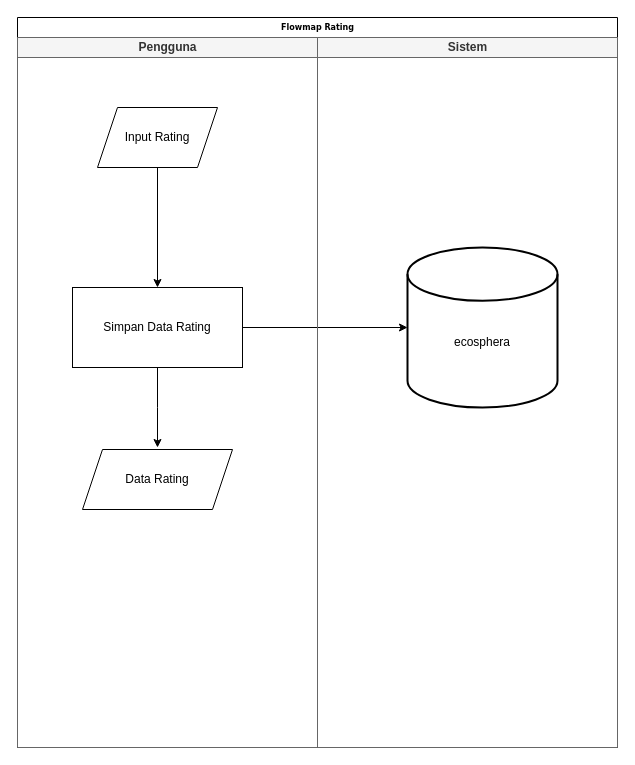
Earlier version of the draw.io diagram flowmap/flowmap_rating.drawio (Ainzu-kun/EcoSphera). Source tidied: cells renumbered, new cells numbered last; positions are measured from the earlier drawing's top-left corner, leaving out a move shared by most shapes. Both pictures are drawn from the tidied source at 100%, with x=0, y=0 at pixel (17, 17).
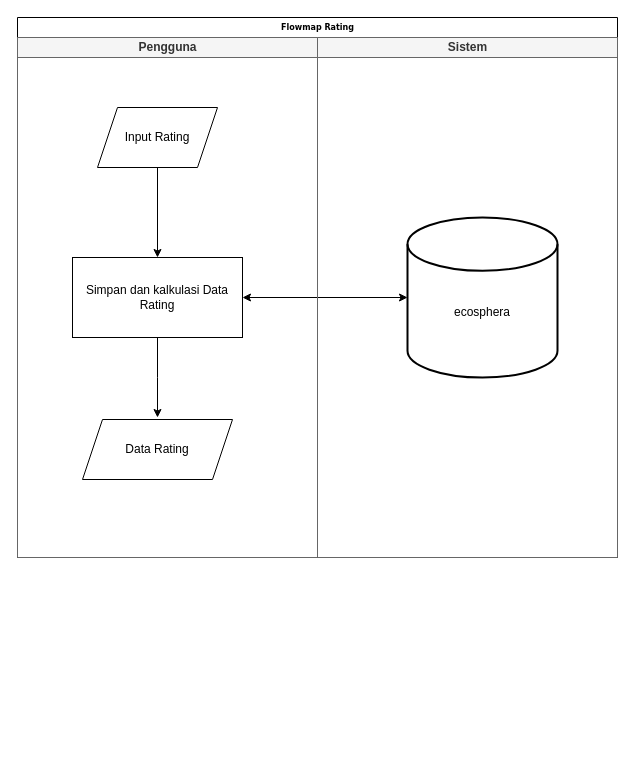
After the change.

Change to the diagram source:
```diff
@@
 <mxGraphModel>
   <root>
     <mxCell id="0" />
     <mxCell id="1" parent="0" />
     <mxCell id="2" value="Flowmap Rating" style="swimlane;html=1;startSize=20;rounded=0;shadow=0;labelBackgroundColor=none;strokeWidth=1;fontFamily=Verdana;fontSize=8;align=center;" parent="1" vertex="1">
-      <mxGeometry width="600" height="730" as="geometry" />
+      <mxGeometry width="600" height="540" as="geometry" />
     </mxCell>
     <mxCell id="3" value="Pengguna" style="swimlane;html=1;startSize=20;fillColor=#f5f5f5;fontColor=#333333;strokeColor=#666666;" parent="2" vertex="1">
-      <mxGeometry y="20" width="300" height="710" as="geometry" />
+      <mxGeometry y="20" width="300" height="520" as="geometry" />
     </mxCell>
     <mxCell id="4" value="Input Rating" style="shape=parallelogram;perimeter=parallelogramPerimeter;whiteSpace=wrap;html=1;fixedSize=1;" parent="3" vertex="1">
       <mxGeometry x="80" y="70" width="120" height="60" as="geometry" />
     </mxCell>
     <mxCell id="5" style="edgeStyle=orthogonalEdgeStyle;rounded=0;jettySize=auto;html=1;" parent="3" edge="1" source="6">
       <mxGeometry relative="1" as="geometry">
-        <mxPoint x="140" y="410" as="targetPoint" />
+        <mxPoint x="140" y="380" as="targetPoint" />
       </mxGeometry>
     </mxCell>
-    <mxCell id="6" value="Simpan Data Rating" style="rounded=0;whiteSpace=wrap;html=1;" parent="3" vertex="1">
-      <mxGeometry x="55" y="250" width="170" height="80" as="geometry" />
+    <mxCell id="6" value="Simpan dan kalkulasi Data Rating" style="rounded=0;whiteSpace=wrap;html=1;" parent="3" vertex="1">
+      <mxGeometry x="55" y="220" width="170" height="80" as="geometry" />
     </mxCell>
     <mxCell id="7" style="edgeStyle=orthogonalEdgeStyle;rounded=0;jettySize=auto;html=1;" parent="3" edge="1" source="4" target="6">
       <mxGeometry relative="1" as="geometry" />
     </mxCell>
     <mxCell id="8" value="Data Rating" style="shape=parallelogram;perimeter=parallelogramPerimeter;whiteSpace=wrap;html=1;fixedSize=1;" parent="3" vertex="1">
-      <mxGeometry x="65" y="412" width="150" height="60" as="geometry" />
+      <mxGeometry x="65" y="382" width="150" height="60" as="geometry" />
     </mxCell>
-    <mxCell id="9" style="edgeStyle=orthogonalEdgeStyle;rounded=0;jettySize=auto;html=1;" parent="2" edge="1" source="6" target="11">
+    <mxCell id="9" style="endArrow=classic;startArrow=classic;html=1;rounded=0;entryX=0;entryY=0.5;entryDx=0;entryDy=0;entryPerimeter=0;exitX=1;exitY=0.5;exitDx=0;exitDy=0;" parent="2" edge="1" source="6" target="11">
       <mxGeometry relative="1" as="geometry" />
     </mxCell>
     <mxCell id="10" value="Sistem" style="swimlane;html=1;startSize=20;fillColor=#f5f5f5;fontColor=#333333;strokeColor=#666666;" parent="2" vertex="1">
-      <mxGeometry x="300" y="20" width="300" height="710" as="geometry" />
+      <mxGeometry x="300" y="20" width="300" height="520" as="geometry" />
     </mxCell>
     <mxCell id="11" value="&lt;br&gt;&lt;br&gt;ecosphera" style="strokeWidth=2;html=1;shape=mxgraph.flowchart.database;whiteSpace=wrap;" parent="10" vertex="1">
-      <mxGeometry x="90" y="210" width="150" height="160" as="geometry" />
+      <mxGeometry x="90" y="180" width="150" height="160" as="geometry" />
     </mxCell>
   </root>
 </mxGraphModel>
```
